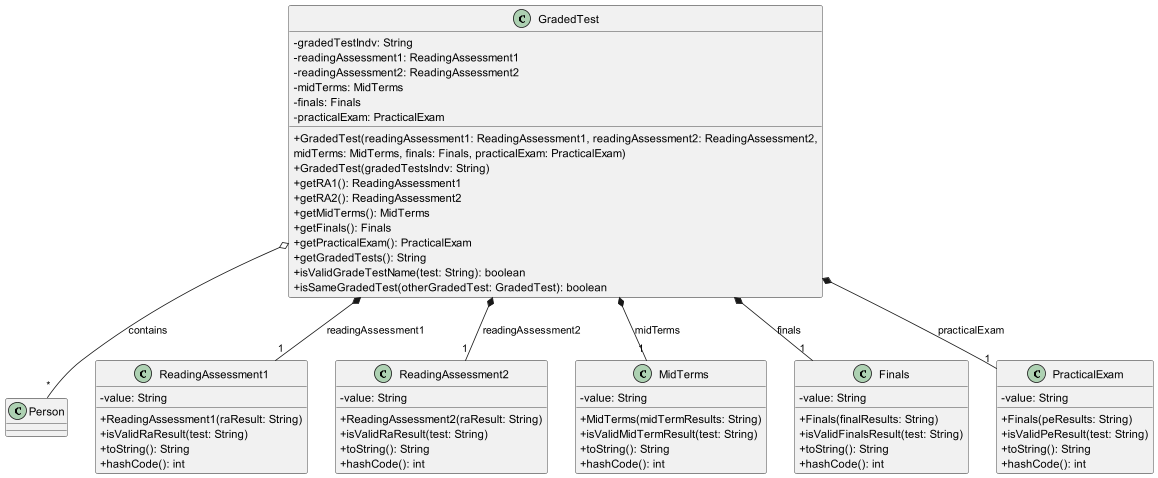
Before: docs/images/GradedTest UML.png, a diagram exported from PlantUML (raydenlim/tp).
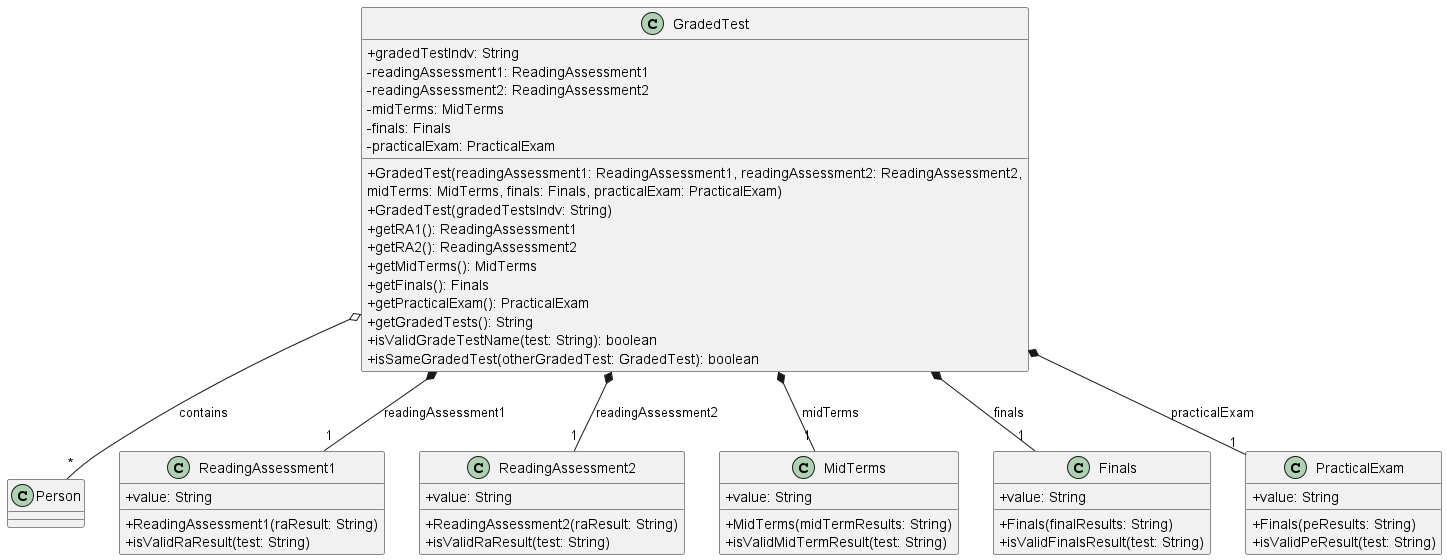
The same diagram one commit later.

Commit message:
Fix logic errors with UML

Change to the diagram source:
```diff
@@ -5,7 +5,7 @@
 }
 
 class GradedTest {
-    - gradedTestIndv: String
+    + gradedTestIndv: String
     - readingAssessment1: ReadingAssessment1
     - readingAssessment2: ReadingAssessment2
     - midTerms: MidTerms
@@ -25,43 +25,33 @@
 }
 
 class ReadingAssessment1 {
-    - value: String
+    + value: String
     + ReadingAssessment1(raResult: String)
     + isValidRaResult(test: String)
-    + toString(): String
-    + hashCode(): int
 }
 
 class ReadingAssessment2 {
-    - value: String
+    + value: String
     + ReadingAssessment2(raResult: String)
     + isValidRaResult(test: String)
-    + toString(): String
-    + hashCode(): int
 }
 
 class MidTerms {
-    - value: String
+    + value: String
     + MidTerms(midTermResults: String)
     + isValidMidTermResult(test: String)
-    + toString(): String
-    + hashCode(): int
 }
 
 class Finals {
-    - value: String
+    + value: String
     + Finals(finalResults: String)
     + isValidFinalsResult(test: String)
-    + toString(): String
-    + hashCode(): int
 }
 
 class PracticalExam {
-    - value: String
+    + value: String
     + Finals(peResults: String)
     + isValidPeResult(test: String)
-    + toString(): String
-    + hashCode(): int
 }
 
 
```
